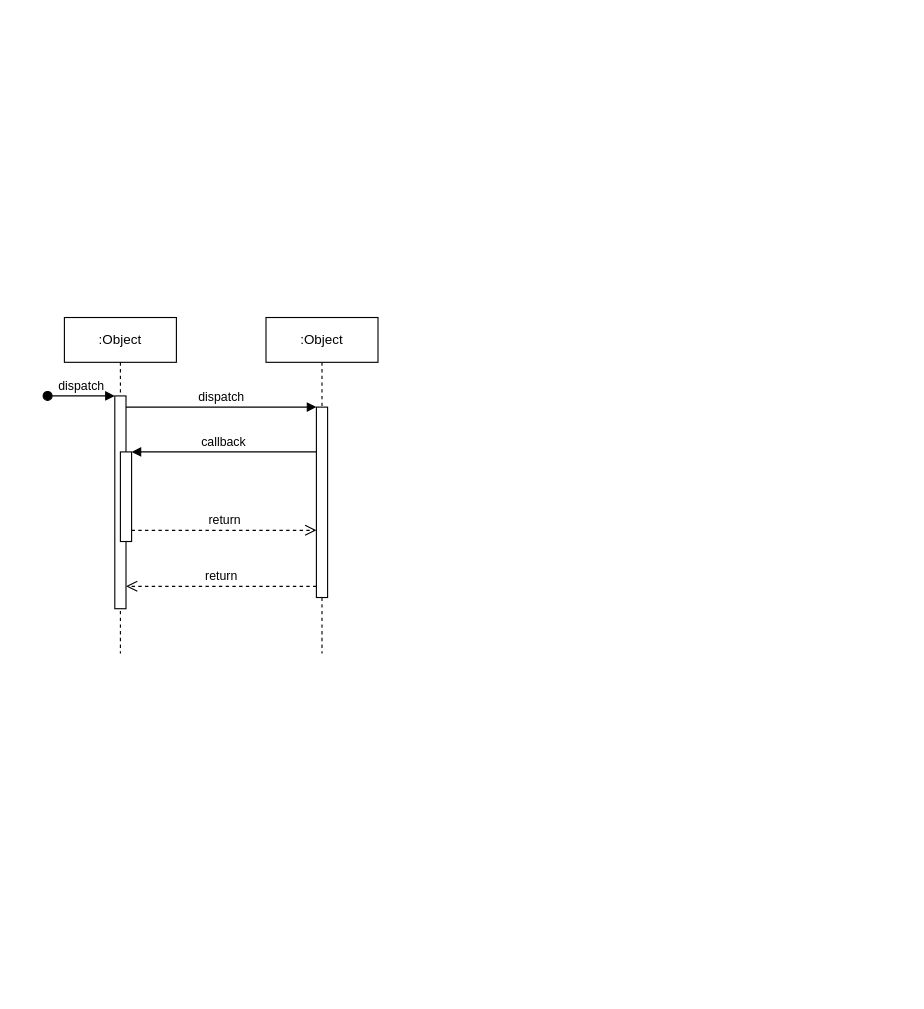
Earlier version of the draw.io diagram diagram_activiti_ES.drawio (marceloassis003/Projetos_PWBI). Source tidied: cells renumbered, new cells numbered last; positions are measured from the earlier drawing's top-left corner, leaving out a move shared by most shapes. Both pictures are drawn from the tidied source at 112%, with x=0, y=0 at pixel (47, 317).
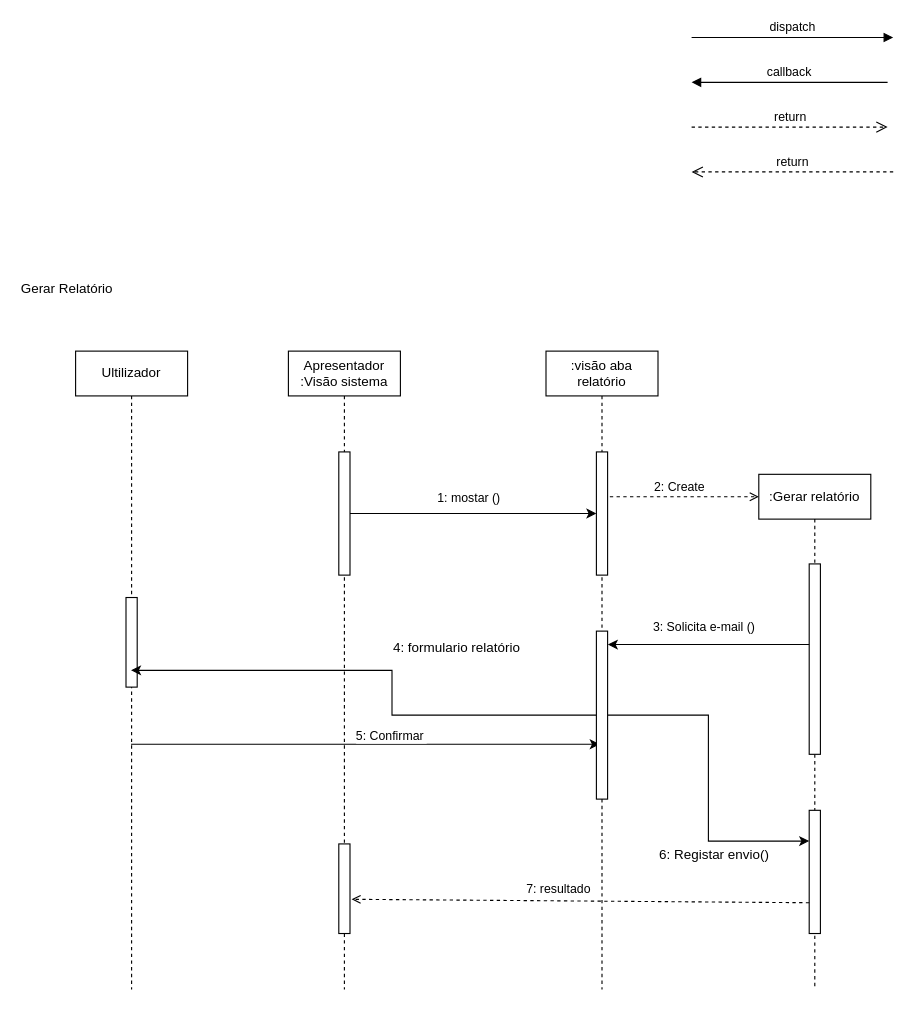
The same page after the edit.

The edit, as a diff of the source:
```diff
@@
+    <mxCell id="12" style="edgeStyle=elbowEdgeStyle;rounded=0;jettySize=auto;html=1;elbow=vertical;curved=0;entryX=0.3;entryY=0.673;entryDx=0;entryDy=0;entryPerimeter=0;" parent="1" edge="1" source="2" target="28">
+      <mxGeometry relative="1" as="geometry" />
+    </mxCell>
+    <mxCell id="13" value="5: Confirmar&amp;nbsp;" style="edgeLabel;html=1;align=center;verticalAlign=middle;" parent="12" vertex="1">
+      <mxGeometry x="-0.01" relative="1" as="geometry">
+        <mxPoint x="25" y="-8" as="offset" />
+      </mxGeometry>
+    </mxCell>
-    <mxCell id="2" value=":Object" style="shape=umlLifeline;perimeter=lifelinePerimeter;whiteSpace=wrap;html=1;outlineConnect=0;portConstraint=eastwest;newEdgeStyle={&quot;edgeStyle&quot;:&quot;elbowEdgeStyle&quot;,&quot;elbow&quot;:&quot;vertical&quot;,&quot;curved&quot;:0,&quot;rounded&quot;:0};" parent="1" vertex="1">
-      <mxGeometry x="15" width="100" height="300" as="geometry" />
+    <mxCell id="2" value="Ultilizador" style="shape=umlLifeline;perimeter=lifelinePerimeter;whiteSpace=wrap;html=1;outlineConnect=0;portConstraint=eastwest;newEdgeStyle={&quot;edgeStyle&quot;:&quot;elbowEdgeStyle&quot;,&quot;elbow&quot;:&quot;vertical&quot;,&quot;curved&quot;:0,&quot;rounded&quot;:0};" parent="1" vertex="1">
+      <mxGeometry x="25" y="30" width="100" height="570" as="geometry" />
     </mxCell>
-    <mxCell id="3" style="html=1;points=[];perimeter=orthogonalPerimeter;outlineConnect=0;targetShapes=umlLifeline;portConstraint=eastwest;newEdgeStyle={&quot;edgeStyle&quot;:&quot;elbowEdgeStyle&quot;,&quot;elbow&quot;:&quot;vertical&quot;,&quot;curved&quot;:0,&quot;rounded&quot;:0};" parent="2" vertex="1">
-      <mxGeometry x="45" y="70" width="10" height="190" as="geometry" />
-    </mxCell>
-    <mxCell id="4" value="dispatch" style="html=1;verticalAlign=bottom;startArrow=oval;endArrow=block;startSize=8;edgeStyle=elbowEdgeStyle;elbow=vertical;curved=0;rounded=0;" parent="2" edge="1" target="3">
-      <mxGeometry relative="1" as="geometry">
-        <mxPoint x="-15" y="70" as="sourcePoint" />
-      </mxGeometry>
-    </mxCell>
     <mxCell id="5" style="html=1;points=[];perimeter=orthogonalPerimeter;outlineConnect=0;targetShapes=umlLifeline;portConstraint=eastwest;newEdgeStyle={&quot;edgeStyle&quot;:&quot;elbowEdgeStyle&quot;,&quot;elbow&quot;:&quot;vertical&quot;,&quot;curved&quot;:0,&quot;rounded&quot;:0};" parent="2" vertex="1">
-      <mxGeometry x="50" y="120" width="10" height="80" as="geometry" />
+      <mxGeometry x="45" y="220" width="10" height="80" as="geometry" />
     </mxCell>
-    <mxCell id="6" value=":Object" style="shape=umlLifeline;perimeter=lifelinePerimeter;whiteSpace=wrap;html=1;newEdgeStyle={&quot;edgeStyle&quot;:&quot;elbowEdgeStyle&quot;,&quot;elbow&quot;:&quot;vertical&quot;,&quot;curved&quot;:0,&quot;rounded&quot;:0};" parent="1" vertex="1">
-      <mxGeometry x="195" width="100" height="300" as="geometry" />
+    <mxCell id="6" value="Apresentador :Visão sistema" style="shape=umlLifeline;perimeter=lifelinePerimeter;whiteSpace=wrap;html=1;newEdgeStyle={&quot;edgeStyle&quot;:&quot;elbowEdgeStyle&quot;,&quot;elbow&quot;:&quot;vertical&quot;,&quot;curved&quot;:0,&quot;rounded&quot;:0};size=40;" parent="1" vertex="1">
+      <mxGeometry x="215" y="30" width="100" height="570" as="geometry" />
     </mxCell>
     <mxCell id="7" style="html=1;points=[];perimeter=orthogonalPerimeter;outlineConnect=0;targetShapes=umlLifeline;portConstraint=eastwest;newEdgeStyle={&quot;edgeStyle&quot;:&quot;elbowEdgeStyle&quot;,&quot;elbow&quot;:&quot;vertical&quot;,&quot;curved&quot;:0,&quot;rounded&quot;:0};" parent="6" vertex="1">
-      <mxGeometry x="45" y="80" width="10" height="170" as="geometry" />
+      <mxGeometry x="45" y="90" width="10" height="110" as="geometry" />
     </mxCell>
-    <mxCell id="8" value="dispatch" style="html=1;verticalAlign=bottom;endArrow=block;edgeStyle=elbowEdgeStyle;elbow=vertical;curved=0;rounded=0;" parent="1" edge="1" source="3" target="7">
-      <mxGeometry relative="1" as="geometry">
-        <Array as="points">
-          <mxPoint x="155" y="80" />
-        </Array>
-      </mxGeometry>
-    </mxCell>
-    <mxCell id="9" value="return" style="html=1;verticalAlign=bottom;endArrow=open;dashed=1;endSize=8;edgeStyle=elbowEdgeStyle;elbow=vertical;curved=0;rounded=0;" parent="1" edge="1" source="7" target="3">
+    <mxCell id="9" value="return" style="html=1;verticalAlign=bottom;endArrow=open;dashed=1;endSize=8;edgeStyle=elbowEdgeStyle;elbow=vertical;curved=0;rounded=0;" parent="1" edge="1">
       <mxGeometry relative="1" as="geometry">
+        <mxPoint x="755" y="-130" as="sourcePoint" />
+        <mxPoint x="575" y="-130" as="targetPoint" />
         <Array as="points">
-          <mxPoint x="165" y="240" />
+          <mxPoint x="680" y="-130" />
         </Array>
       </mxGeometry>
     </mxCell>
-    <mxCell id="10" value="callback" style="html=1;verticalAlign=bottom;endArrow=block;edgeStyle=elbowEdgeStyle;elbow=vertical;curved=0;rounded=0;" parent="1" edge="1" source="7" target="5">
+    <mxCell id="10" value="callback" style="html=1;verticalAlign=bottom;endArrow=block;edgeStyle=elbowEdgeStyle;elbow=vertical;curved=0;rounded=0;" parent="1" edge="1">
       <mxGeometry relative="1" as="geometry">
+        <mxPoint x="750" y="-210" as="sourcePoint" />
+        <mxPoint x="575" y="-210" as="targetPoint" />
         <Array as="points">
-          <mxPoint x="165" y="120" />
+          <mxPoint x="675" y="-210" />
         </Array>
       </mxGeometry>
     </mxCell>
-    <mxCell id="11" value="return" style="html=1;verticalAlign=bottom;endArrow=open;dashed=1;endSize=8;edgeStyle=elbowEdgeStyle;elbow=vertical;curved=0;rounded=0;" parent="1" edge="1" source="5" target="7">
+    <mxCell id="11" value="return" style="html=1;verticalAlign=bottom;endArrow=open;dashed=1;endSize=8;edgeStyle=elbowEdgeStyle;elbow=vertical;curved=0;rounded=0;" parent="1" edge="1">
       <mxGeometry relative="1" as="geometry">
+        <mxPoint x="575" y="-170" as="sourcePoint" />
+        <mxPoint x="750" y="-170" as="targetPoint" />
         <Array as="points">
-          <mxPoint x="155" y="190" />
+          <mxPoint x="665" y="-170" />
         </Array>
       </mxGeometry>
     </mxCell>
+    <mxCell id="14" value="Gerar Relatório" style="text;html=1;align=center;verticalAlign=middle;whiteSpace=wrap;rounded=0;" parent="1" vertex="1">
+      <mxGeometry x="-25" y="-40" width="85" height="30" as="geometry" />
+    </mxCell>
+    <mxCell id="8" value="dispatch" style="html=1;verticalAlign=bottom;endArrow=block;edgeStyle=elbowEdgeStyle;elbow=vertical;curved=0;rounded=0;" parent="1" edge="1">
+      <mxGeometry relative="1" as="geometry">
+        <mxPoint x="575" y="-250" as="sourcePoint" />
+        <mxPoint x="755" y="-250" as="targetPoint" />
+        <Array as="points">
+          <mxPoint x="670" y="-250" />
+        </Array>
+      </mxGeometry>
+    </mxCell>
+    <mxCell id="15" value=":Gerar relatório" style="shape=umlLifeline;perimeter=lifelinePerimeter;whiteSpace=wrap;html=1;newEdgeStyle={&quot;edgeStyle&quot;:&quot;elbowEdgeStyle&quot;,&quot;elbow&quot;:&quot;vertical&quot;,&quot;curved&quot;:0,&quot;rounded&quot;:0};" parent="1" vertex="1">
+      <mxGeometry x="635" y="140" width="100" height="460" as="geometry" />
+    </mxCell>
+    <mxCell id="16" style="html=1;points=[];perimeter=orthogonalPerimeter;outlineConnect=0;targetShapes=umlLifeline;portConstraint=eastwest;newEdgeStyle={&quot;edgeStyle&quot;:&quot;elbowEdgeStyle&quot;,&quot;elbow&quot;:&quot;vertical&quot;,&quot;curved&quot;:0,&quot;rounded&quot;:0};" parent="15" vertex="1">
+      <mxGeometry x="45" y="80" width="10" height="170" as="geometry" />
+    </mxCell>
+    <mxCell id="17" style="html=1;verticalAlign=bottom;labelBackgroundColor=none;endArrow=open;endFill=0;dashed=1;rounded=0;" parent="1" edge="1">
+      <mxGeometry relative="1" as="geometry">
+        <mxPoint x="490" y="160" as="sourcePoint" />
+        <mxPoint x="635" y="160" as="targetPoint" />
+      </mxGeometry>
+    </mxCell>
+    <mxCell id="18" value="2: Create" style="edgeLabel;html=1;align=center;verticalAlign=middle;" parent="17" vertex="1">
+      <mxGeometry y="-4" relative="1" as="geometry">
+        <mxPoint y="-14" as="offset" />
+      </mxGeometry>
+    </mxCell>
+    <mxCell id="19" style="edgeStyle=elbowEdgeStyle;rounded=0;jettySize=auto;html=1;elbow=vertical;curved=0;entryX=1.02;entryY=0.082;entryDx=0;entryDy=0;entryPerimeter=0;" parent="1" edge="1" source="16" target="28">
+      <mxGeometry relative="1" as="geometry" />
+    </mxCell>
+    <mxCell id="20" value="3: Solicita e-mail ()" style="edgeLabel;html=1;align=center;verticalAlign=middle;" parent="19" vertex="1">
+      <mxGeometry x="-0.3" relative="1" as="geometry">
+        <mxPoint x="-32" y="-17" as="offset" />
+      </mxGeometry>
+    </mxCell>
+    <mxCell id="21" style="rounded=0;whiteSpace=wrap;html=1;" parent="1" vertex="1">
+      <mxGeometry x="260" y="470" width="10" height="80" as="geometry" />
+    </mxCell>
+    <mxCell id="22" value=":visão aba relatório" style="shape=umlLifeline;perimeter=lifelinePerimeter;whiteSpace=wrap;html=1;newEdgeStyle={&quot;edgeStyle&quot;:&quot;elbowEdgeStyle&quot;,&quot;elbow&quot;:&quot;vertical&quot;,&quot;curved&quot;:0,&quot;rounded&quot;:0};size=40;" parent="1" vertex="1">
+      <mxGeometry x="445" y="30" width="100" height="570" as="geometry" />
+    </mxCell>
+    <mxCell id="23" style="html=1;points=[];perimeter=orthogonalPerimeter;outlineConnect=0;targetShapes=umlLifeline;portConstraint=eastwest;newEdgeStyle={&quot;edgeStyle&quot;:&quot;elbowEdgeStyle&quot;,&quot;elbow&quot;:&quot;vertical&quot;,&quot;curved&quot;:0,&quot;rounded&quot;:0};" parent="22" vertex="1">
+      <mxGeometry x="45" y="90" width="10" height="110" as="geometry" />
+    </mxCell>
+    <mxCell id="24" style="edgeStyle=elbowEdgeStyle;rounded=0;jettySize=auto;html=1;elbow=vertical;curved=0;" parent="1" edge="1" source="7" target="23">
+      <mxGeometry relative="1" as="geometry" />
+    </mxCell>
+    <mxCell id="25" value="1: mostar ()" style="edgeLabel;html=1;align=center;verticalAlign=middle;" parent="24" vertex="1">
+      <mxGeometry x="0.13" y="-1" relative="1" as="geometry">
+        <mxPoint x="-19" y="-16" as="offset" />
+      </mxGeometry>
+    </mxCell>
+    <mxCell id="26" style="edgeStyle=orthogonalEdgeStyle;rounded=0;jettySize=auto;html=1;" parent="1" edge="1" source="28" target="2">
+      <mxGeometry relative="1" as="geometry" />
+    </mxCell>
+    <mxCell id="27" style="edgeStyle=orthogonalEdgeStyle;rounded=0;jettySize=auto;html=1;entryX=0;entryY=0.25;entryDx=0;entryDy=0;" parent="1" edge="1" source="28" target="30">
+      <mxGeometry relative="1" as="geometry" />
+    </mxCell>
+    <mxCell id="28" style="rounded=0;whiteSpace=wrap;html=1;" parent="1" vertex="1">
+      <mxGeometry x="490" y="280" width="10" height="150" as="geometry" />
+    </mxCell>
+    <mxCell id="29" value="4: formulario relatório" style="text;html=1;align=center;verticalAlign=middle;strokeColor=none;fillColor=none;" parent="1" vertex="1">
+      <mxGeometry x="295" y="280" width="140" height="30" as="geometry" />
+    </mxCell>
+    <mxCell id="30" style="rounded=0;whiteSpace=wrap;html=1;" parent="1" vertex="1">
+      <mxGeometry x="680" y="440" width="10" height="110" as="geometry" />
+    </mxCell>
+    <mxCell id="31" value="6: Registar envio()" style="text;html=1;align=center;verticalAlign=middle;strokeColor=none;fillColor=none;" parent="1" vertex="1">
+      <mxGeometry x="535" y="465" width="120" height="30" as="geometry" />
+    </mxCell>
+    <mxCell id="32" style="html=1;verticalAlign=bottom;labelBackgroundColor=none;endArrow=open;endFill=0;dashed=1;rounded=0;entryX=1.14;entryY=0.618;entryDx=0;entryDy=0;exitX=0;exitY=0.75;exitDx=0;exitDy=0;entryPerimeter=0;" parent="1" edge="1" source="30" target="21">
+      <mxGeometry relative="1" as="geometry" />
+    </mxCell>
+    <mxCell id="33" value="7: resultado" style="edgeLabel;html=1;align=center;verticalAlign=middle;" parent="32" vertex="1">
+      <mxGeometry y="-4" relative="1" as="geometry">
+        <mxPoint x="-21" y="-7" as="offset" />
+      </mxGeometry>
+    </mxCell>
```
